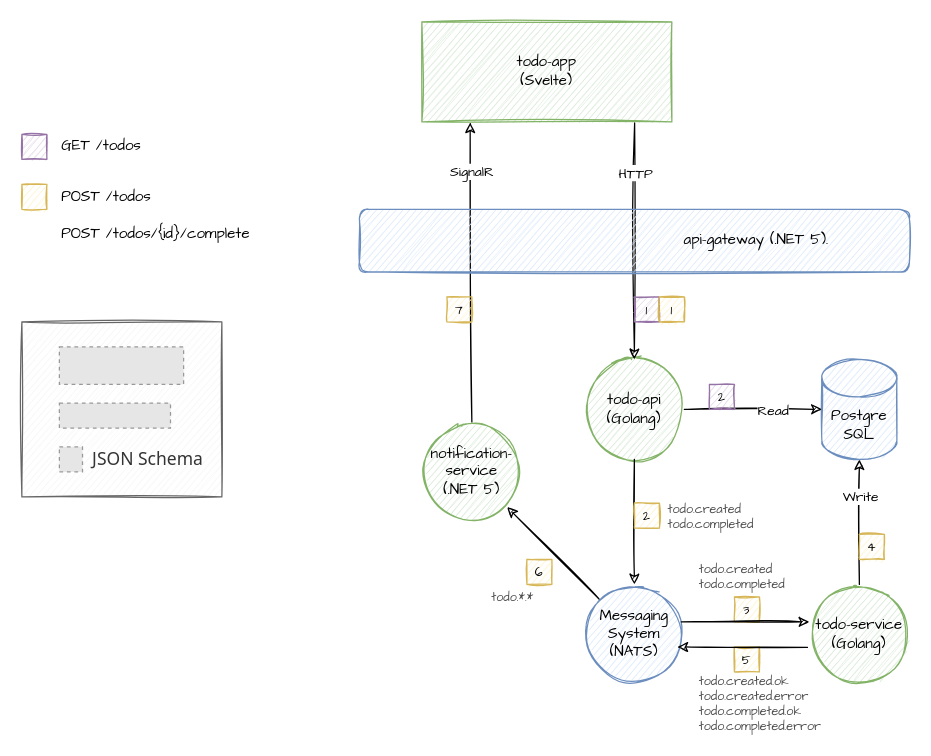
heikkilamarko/todo-app keeps this draw.io diagram as doc/architecture.drawio. Above is the earlier version. Source tidied: cells renumbered, new cells numbered last; positions are measured from the earlier drawing's top-left corner, leaving out a move shared by most shapes. Both pictures are drawn from the tidied source at 125%, with x=0, y=0 at pixel (21, 21). Pictures stored in the file or linked from it are replaced by grey dashed boxes.
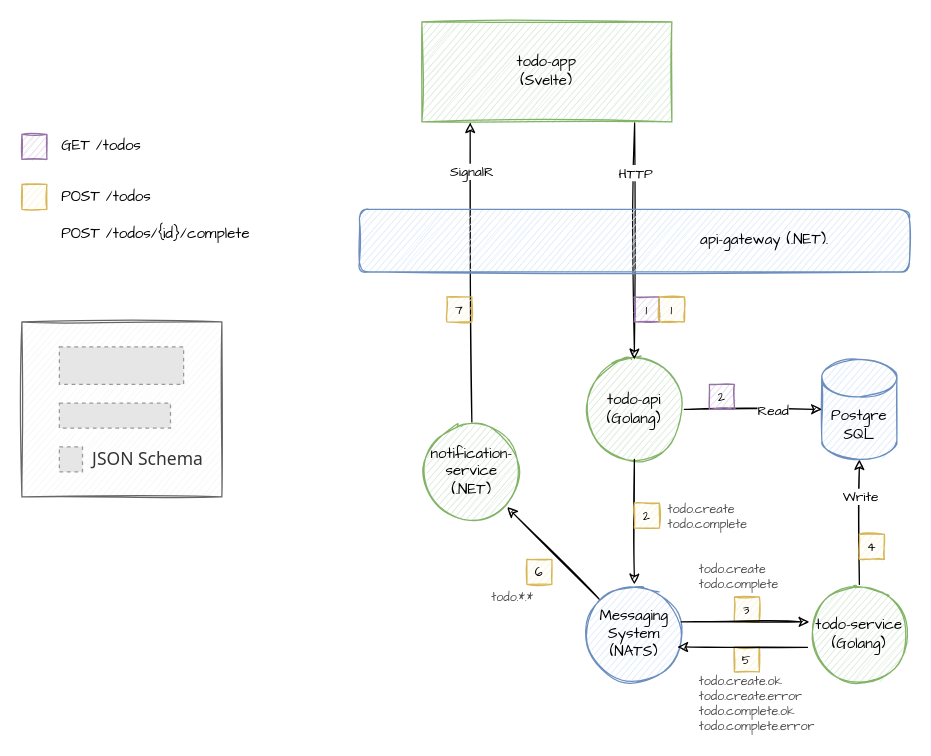
The same diagram, later.

Change to the diagram source:
```diff
@@
-    <mxCell id="5" value="notification-service&lt;br&gt;(.NET 5)" style="ellipse;whiteSpace=wrap;html=1;sketch=1;fontFamily=Comic Sans MS;fillColor=#d5e8d4;strokeColor=#82b366;labelBackgroundColor=none;" parent="1" vertex="1">
+    <mxCell id="5" value="notification-service&lt;br&gt;(.NET)" style="ellipse;whiteSpace=wrap;html=1;sketch=1;fontFamily=Comic Sans MS;fillColor=#d5e8d4;strokeColor=#82b366;labelBackgroundColor=none;" parent="1" vertex="1">
       <mxGeometry x="320" y="320" width="80" height="80" as="geometry" />
     </mxCell>
@@
-    <mxCell id="38" value="todo.created&lt;br&gt;todo.completed" style="text;html=1;align=left;verticalAlign=middle;fillColor=none;strokeColor=none;rounded=0;fontFamily=Comic Sans MS;fontSize=10;fontColor=#4D4D4D;" parent="1" vertex="1">
-      <mxGeometry x="515" y="380" width="90" height="30" as="geometry" />
+    <mxCell id="38" value="todo.create&lt;br&gt;todo.complete" style="text;html=1;align=left;verticalAlign=middle;fillColor=none;strokeColor=none;rounded=0;fontFamily=Comic Sans MS;fontSize=10;fontColor=#4D4D4D;" parent="1" vertex="1">
+      <mxGeometry x="515" y="380" width="80" height="30" as="geometry" />
     </mxCell>
@@
-    <mxCell id="42" value="todo.created&lt;br&gt;todo.completed" style="text;html=1;align=left;verticalAlign=middle;fillColor=none;strokeColor=none;rounded=0;fontFamily=Comic Sans MS;fontSize=10;fontColor=#4D4D4D;" parent="1" vertex="1">
-      <mxGeometry x="540" y="428" width="90" height="30" as="geometry" />
+    <mxCell id="42" value="todo.create&lt;br&gt;todo.complete" style="text;html=1;align=left;verticalAlign=middle;fillColor=none;strokeColor=none;rounded=0;fontFamily=Comic Sans MS;fontSize=10;fontColor=#4D4D4D;" parent="1" vertex="1">
+      <mxGeometry x="540" y="428" width="80" height="30" as="geometry" />
     </mxCell>
-    <mxCell id="43" value="todo.created.ok&lt;br&gt;todo.created.error&lt;br&gt;todo.completed.ok&lt;br&gt;todo.completed.error" style="text;html=1;align=left;verticalAlign=middle;fillColor=none;strokeColor=none;rounded=0;fontFamily=Comic Sans MS;fontSize=10;fontColor=#4D4D4D;" parent="1" vertex="1">
+    <mxCell id="43" value="todo.create.ok&lt;br&gt;todo.create.error&lt;br&gt;todo.complete.ok&lt;br&gt;todo.complete.error" style="text;html=1;align=left;verticalAlign=middle;fillColor=none;strokeColor=none;rounded=0;fontFamily=Comic Sans MS;fontSize=10;fontColor=#4D4D4D;" parent="1" vertex="1">
       <mxGeometry x="540" y="520" width="110" height="50" as="geometry" />
     </mxCell>
-    <mxCell id="44" value="api-gateway (.NET 5).&amp;nbsp; &amp;nbsp; &amp;nbsp; &amp;nbsp; &amp;nbsp; &amp;nbsp; &amp;nbsp;" style="rounded=1;whiteSpace=wrap;html=1;sketch=1;fontFamily=Comic Sans MS;fillColor=#dae8fc;strokeColor=#6c8ebf;labelBackgroundColor=none;align=right;" parent="1" vertex="1">
+    <mxCell id="44" value="api-gateway (.NET).&amp;nbsp; &amp;nbsp; &amp;nbsp; &amp;nbsp; &amp;nbsp; &amp;nbsp; &amp;nbsp;" style="rounded=1;whiteSpace=wrap;html=1;sketch=1;fontFamily=Comic Sans MS;fillColor=#dae8fc;strokeColor=#6c8ebf;labelBackgroundColor=none;align=right;" parent="1" vertex="1">
       <mxGeometry x="270" y="150" width="440" height="50" as="geometry" />
     </mxCell>
```
